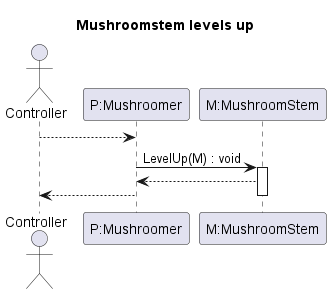
Earlier version of the PlantUML export out/3/sequence/mushroomStemLevelUp/levelUp.png (Petya-G/fungorium). Source of this version:
```plantuml
@startuml levelUp
title Mushroomstem levels up

actor Controller
participant "P:Mushroomer" as P
participant "M:MushroomStem" as M

Controller-->P
P -> M: LevelUp(M) : void
activate M
M --> P
P --> Controller
deactivate M

@enduml
```
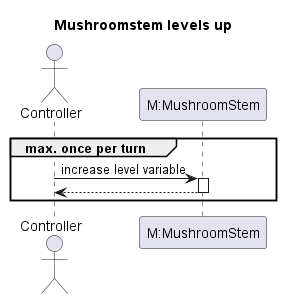
The same file after the commit.

Diff of the diagram source:
```diff
@@ -2,14 +2,15 @@
 title Mushroomstem levels up
 
 actor Controller
-participant "P:Mushroomer" as P
 participant "M:MushroomStem" as M
 
-Controller-->P
-P -> M: LevelUp(M) : void
+group max. once per turn
+Controller -> M: increase level variable
 activate M
-M --> P
-P --> Controller
+
+M --> Controller
 deactivate M
+end
+
 
 @enduml
```
